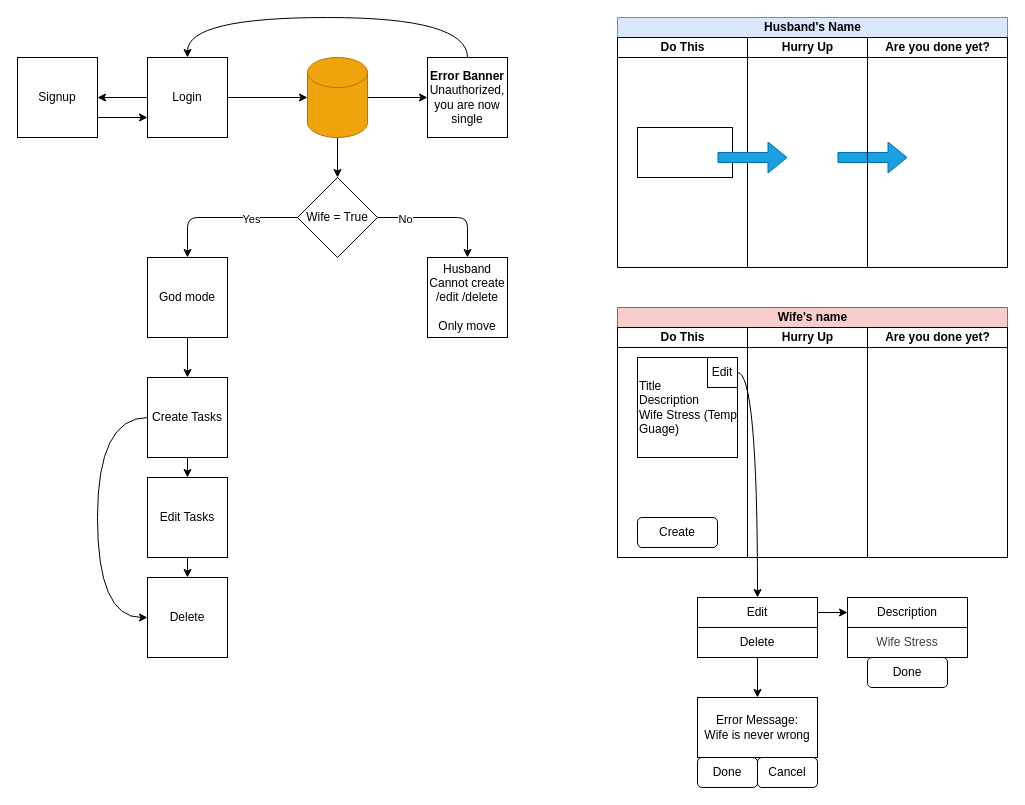
MrAwesome2127/KU-Project3-FinalProject keeps this draw.io diagram as Assets/add.drawio. Above is the earlier version. Source tidied: cells renumbered, new cells numbered last; positions are measured from the earlier drawing's top-left corner, leaving out a move shared by most shapes. Both pictures are drawn from the tidied source at 100%, with x=0, y=0 at pixel (17, 17).
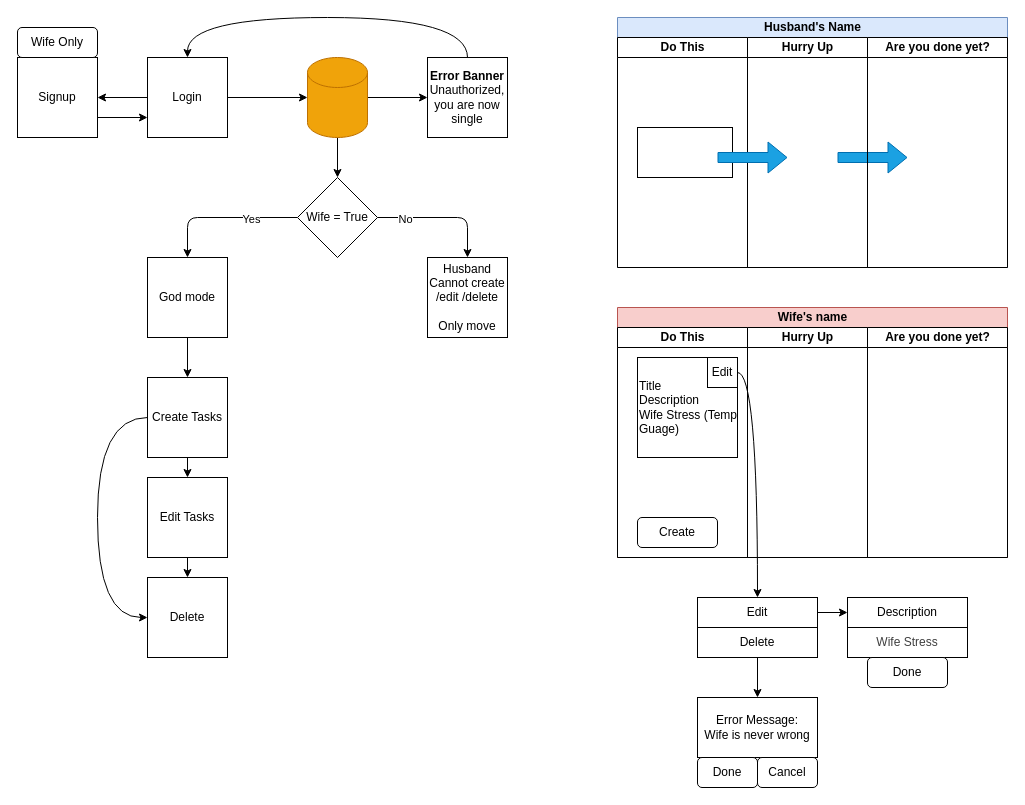
The same page after the edit.

Diff of the diagram source:
```diff
@@
+    <mxCell id="51" value="Wife Only" style="rounded=1;whiteSpace=wrap;html=1;" parent="1" vertex="1">
+      <mxGeometry y="10" width="80" height="30" as="geometry" />
+    </mxCell>
```
